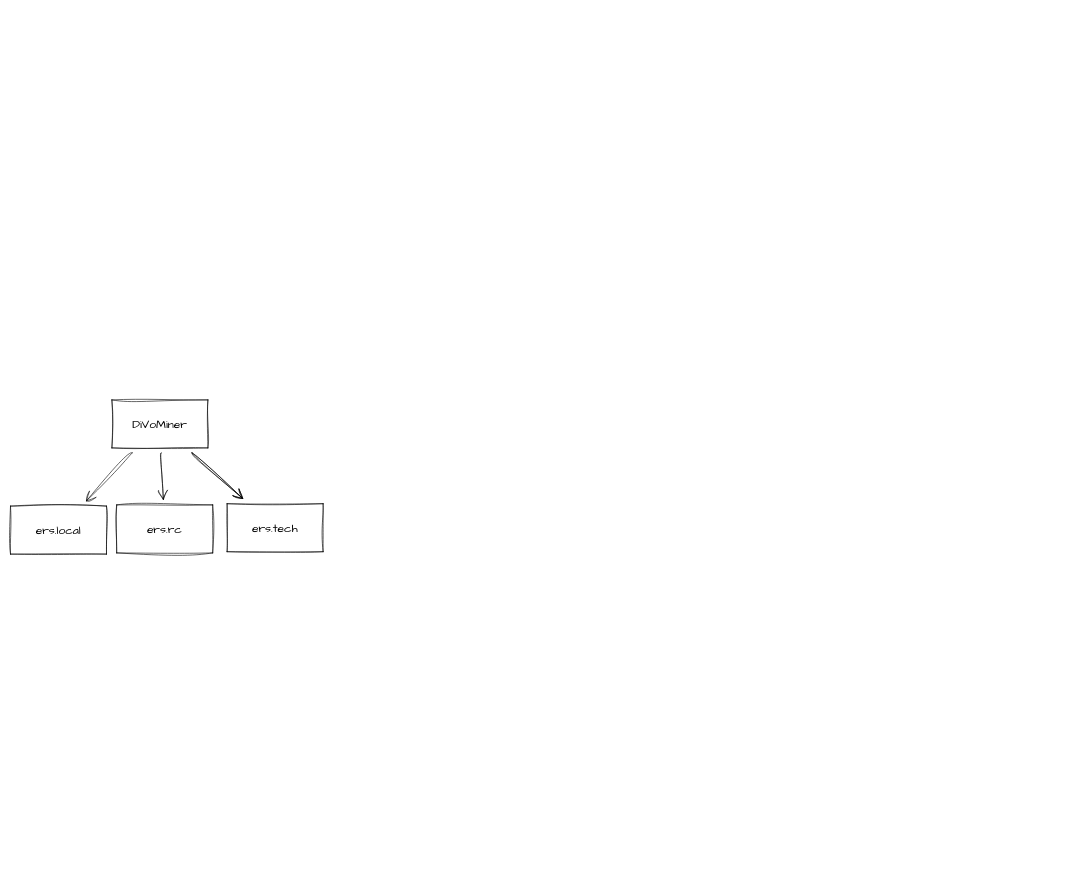
YaoKaiPeng/z-my-draw.io keeps this draw.io diagram as draw/DiVoMiner結構.drawio. Above is the earlier version. Source tidied: cells renumbered, new cells numbered last; positions are measured from the earlier drawing's top-left corner, leaving out a move shared by most shapes. Both pictures are drawn from the tidied source at 60%, with x=0, y=0 at pixel (10, 400).
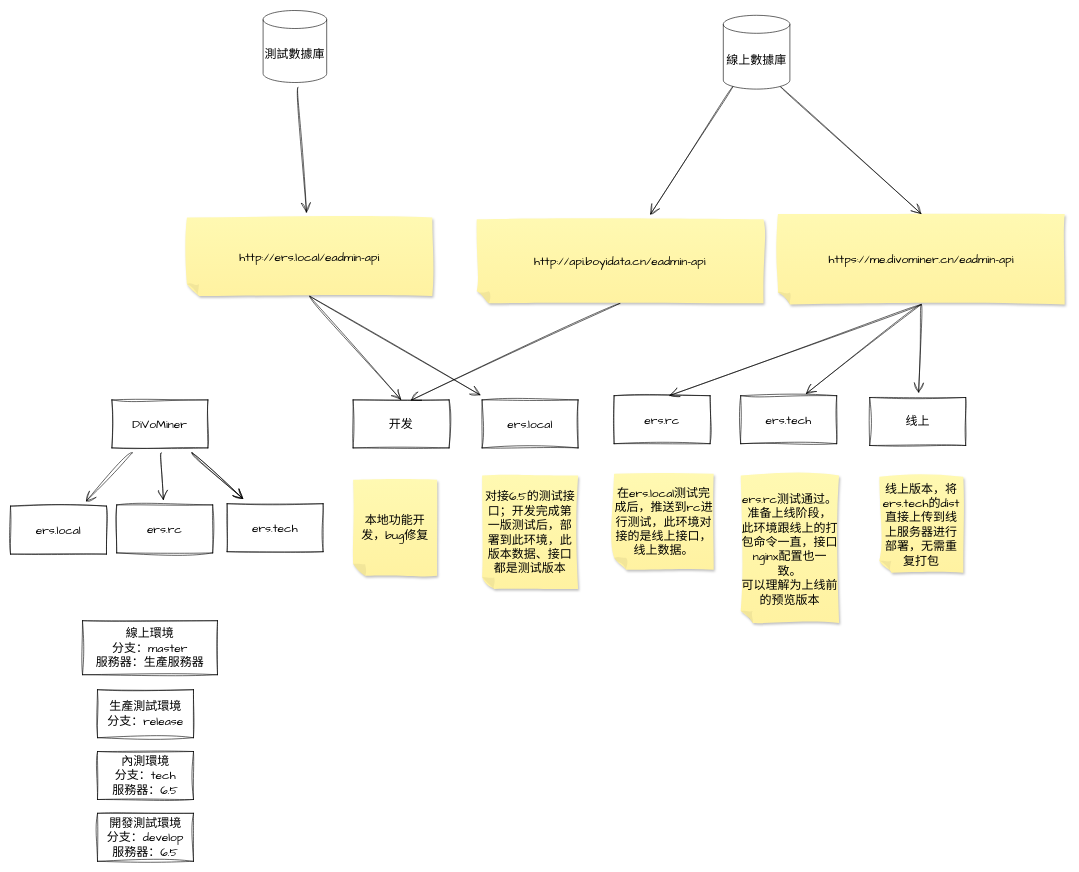
Above is the later version.

Change to the diagram source:
```diff
@@
+    <mxCell id="10" value="線上環境&lt;br&gt;分支：master&lt;br&gt;服務器：生產服務器" style="rounded=0;whiteSpace=wrap;html=1;sketch=1;hachureGap=4;jiggle=2;curveFitting=1;fontFamily=Architects Daughter;fontSize=20;" parent="1" vertex="1">
+      <mxGeometry x="120" y="368" width="225" height="90" as="geometry" />
+    </mxCell>
+    <mxCell id="11" value="內測環境&lt;br&gt;分支：tech&lt;br&gt;服務器：6.5" style="rounded=0;whiteSpace=wrap;html=1;sketch=1;hachureGap=4;jiggle=2;curveFitting=1;fontFamily=Architects Daughter;fontSize=20;" parent="1" vertex="1">
+      <mxGeometry x="145" y="586" width="160" height="80" as="geometry" />
+    </mxCell>
+    <mxCell id="12" value="生產測試環境&lt;br&gt;分支：release" style="rounded=0;whiteSpace=wrap;html=1;sketch=1;hachureGap=4;jiggle=2;curveFitting=1;fontFamily=Architects Daughter;fontSize=20;" parent="1" vertex="1">
+      <mxGeometry x="145" y="483" width="160" height="80" as="geometry" />
+    </mxCell>
+    <mxCell id="13" value="ers.local" style="rounded=0;whiteSpace=wrap;html=1;sketch=1;hachureGap=4;jiggle=2;curveFitting=1;fontFamily=Architects Daughter;fontSize=20;" parent="1" vertex="1">
+      <mxGeometry x="786" width="160" height="80" as="geometry" />
+    </mxCell>
+    <mxCell id="14" value="ers.rc" style="rounded=0;whiteSpace=wrap;html=1;sketch=1;hachureGap=4;jiggle=2;curveFitting=1;fontFamily=Architects Daughter;fontSize=20;" parent="1" vertex="1">
+      <mxGeometry x="1006" y="-7" width="160" height="80" as="geometry" />
+    </mxCell>
+    <mxCell id="15" value="ers.tech" style="rounded=0;whiteSpace=wrap;html=1;sketch=1;hachureGap=4;jiggle=2;curveFitting=1;fontFamily=Architects Daughter;fontSize=20;" parent="1" vertex="1">
+      <mxGeometry x="1217" y="-7" width="160" height="80" as="geometry" />
+    </mxCell>
+    <mxCell id="16" value="线上" style="rounded=0;whiteSpace=wrap;html=1;sketch=1;hachureGap=4;jiggle=2;curveFitting=1;fontFamily=Architects Daughter;fontSize=20;" parent="1" vertex="1">
+      <mxGeometry x="1432" y="-4" width="160" height="80" as="geometry" />
+    </mxCell>
+    <mxCell id="17" value="开发" style="rounded=0;whiteSpace=wrap;html=1;sketch=1;hachureGap=4;jiggle=2;curveFitting=1;fontFamily=Architects Daughter;fontSize=20;" parent="1" vertex="1">
+      <mxGeometry x="571" width="160" height="80" as="geometry" />
+    </mxCell>
+    <mxCell id="18" value="本地功能开发，bug修复" style="shape=note;whiteSpace=wrap;html=1;backgroundOutline=1;fontColor=#000000;darkOpacity=0.05;fillColor=#FFF9B2;strokeColor=none;fillStyle=solid;direction=west;gradientDirection=north;gradientColor=#FFF2A1;shadow=1;size=20;sketch=1;hachureGap=4;jiggle=2;curveFitting=1;fontFamily=Architects Daughter;fontSize=20;" parent="1" vertex="1">
+      <mxGeometry x="571" y="133" width="140" height="160" as="geometry" />
+    </mxCell>
+    <mxCell id="19" value="对接6.5的测试接口；开发完成第一版测试后，部署到此环境，此版本数据、接口都是测试版本" style="shape=note;whiteSpace=wrap;html=1;backgroundOutline=1;fontColor=#000000;darkOpacity=0.05;fillColor=#FFF9B2;strokeColor=none;fillStyle=solid;direction=west;gradientDirection=north;gradientColor=#FFF2A1;shadow=1;size=20;sketch=1;hachureGap=4;jiggle=2;curveFitting=1;fontFamily=Architects Daughter;fontSize=20;" parent="1" vertex="1">
+      <mxGeometry x="786" y="126" width="160" height="189" as="geometry" />
+    </mxCell>
+    <mxCell id="20" value="在ers.local测试完成后，推送到rc进行测试，此环境对接的是线上接口，线上数据。" style="shape=note;whiteSpace=wrap;html=1;backgroundOutline=1;fontColor=#000000;darkOpacity=0.05;fillColor=#FFF9B2;strokeColor=none;fillStyle=solid;direction=west;gradientDirection=north;gradientColor=#FFF2A1;shadow=1;size=20;sketch=1;hachureGap=4;jiggle=2;curveFitting=1;fontFamily=Architects Daughter;fontSize=20;" parent="1" vertex="1">
+      <mxGeometry x="1006" y="123" width="166" height="160" as="geometry" />
+    </mxCell>
+    <mxCell id="21" value="ers.rc测试通过。准备上线阶段，&lt;br&gt;此环境跟线上的打包命令一直，接口nginx配置也一致。&lt;br&gt;可以理解为上线前的预览版本" style="shape=note;whiteSpace=wrap;html=1;backgroundOutline=1;fontColor=#000000;darkOpacity=0.05;fillColor=#FFF9B2;strokeColor=none;fillStyle=solid;direction=west;gradientDirection=north;gradientColor=#FFF2A1;shadow=1;size=20;sketch=1;hachureGap=4;jiggle=2;curveFitting=1;fontFamily=Architects Daughter;fontSize=20;" parent="1" vertex="1">
+      <mxGeometry x="1217" y="126" width="164" height="246" as="geometry" />
+    </mxCell>
+    <mxCell id="22" value="线上版本，将ers.tech的dist直接上传到线上服务器进行部署，无需重复打包" style="shape=note;whiteSpace=wrap;html=1;backgroundOutline=1;fontColor=#000000;darkOpacity=0.05;fillColor=#FFF9B2;strokeColor=none;fillStyle=solid;direction=west;gradientDirection=north;gradientColor=#FFF2A1;shadow=1;size=20;sketch=1;hachureGap=4;jiggle=2;curveFitting=1;fontFamily=Architects Daughter;fontSize=20;" parent="1" vertex="1">
+      <mxGeometry x="1448" y="128" width="140" height="160" as="geometry" />
+    </mxCell>
+    <mxCell id="23" style="edgeStyle=none;curved=1;rounded=0;sketch=1;hachureGap=4;jiggle=2;curveFitting=1;jettySize=auto;html=1;exitX=0.5;exitY=0;exitDx=0;exitDy=0;exitPerimeter=0;entryX=0.602;entryY=0.008;entryDx=0;entryDy=0;entryPerimeter=0;fontFamily=Architects Daughter;fontSize=16;endArrow=open;startSize=14;endSize=14;sourcePerimeterSpacing=8;targetPerimeterSpacing=8;" parent="1" edge="1" source="24" target="17">
+      <mxGeometry relative="1" as="geometry" />
+    </mxCell>
+    <mxCell id="24" value="http://api.boyidata.cn/eadmin-api" style="shape=note;whiteSpace=wrap;html=1;backgroundOutline=1;fontColor=#000000;darkOpacity=0.05;fillColor=#FFF9B2;strokeColor=none;fillStyle=solid;direction=west;gradientDirection=north;gradientColor=#FFF2A1;shadow=1;size=20;sketch=1;hachureGap=4;jiggle=2;curveFitting=1;fontFamily=Architects Daughter;fontSize=20;" parent="1" vertex="1">
+      <mxGeometry x="777" y="-301" width="478" height="140" as="geometry" />
+    </mxCell>
+    <mxCell id="25" style="edgeStyle=none;curved=1;rounded=0;sketch=1;hachureGap=4;jiggle=2;curveFitting=1;jettySize=auto;html=1;exitX=0.5;exitY=0;exitDx=0;exitDy=0;exitPerimeter=0;fontFamily=Architects Daughter;fontSize=16;endArrow=open;startSize=14;endSize=14;sourcePerimeterSpacing=8;targetPerimeterSpacing=8;" parent="1" edge="1" source="28" target="16">
+      <mxGeometry relative="1" as="geometry" />
+    </mxCell>
+    <mxCell id="26" style="edgeStyle=none;curved=1;rounded=0;sketch=1;hachureGap=4;jiggle=2;curveFitting=1;jettySize=auto;html=1;exitX=0.5;exitY=0;exitDx=0;exitDy=0;exitPerimeter=0;entryX=0.68;entryY=-0.039;entryDx=0;entryDy=0;entryPerimeter=0;fontFamily=Architects Daughter;fontSize=16;endArrow=open;startSize=14;endSize=14;sourcePerimeterSpacing=8;targetPerimeterSpacing=8;" parent="1" edge="1" source="28" target="15">
+      <mxGeometry relative="1" as="geometry" />
+    </mxCell>
+    <mxCell id="27" style="edgeStyle=none;curved=1;rounded=0;sketch=1;hachureGap=4;jiggle=2;curveFitting=1;jettySize=auto;html=1;exitX=0.5;exitY=0;exitDx=0;exitDy=0;exitPerimeter=0;entryX=0.575;entryY=-0.001;entryDx=0;entryDy=0;entryPerimeter=0;fontFamily=Architects Daughter;fontSize=16;endArrow=open;startSize=14;endSize=14;sourcePerimeterSpacing=8;targetPerimeterSpacing=8;" parent="1" edge="1" source="28" target="14">
+      <mxGeometry relative="1" as="geometry" />
+    </mxCell>
+    <mxCell id="28" value="https://me.divominer.cn/eadmin-api" style="shape=note;whiteSpace=wrap;html=1;backgroundOutline=1;fontColor=#000000;darkOpacity=0.05;fillColor=#FFF9B2;strokeColor=none;fillStyle=solid;direction=west;gradientDirection=north;gradientColor=#FFF2A1;shadow=1;size=20;sketch=1;hachureGap=4;jiggle=2;curveFitting=1;fontFamily=Architects Daughter;fontSize=20;" parent="1" vertex="1">
+      <mxGeometry x="1279" y="-310" width="478" height="151" as="geometry" />
+    </mxCell>
+    <mxCell id="29" style="edgeStyle=none;curved=1;rounded=0;sketch=1;hachureGap=4;jiggle=2;curveFitting=1;jettySize=auto;html=1;exitX=0.5;exitY=0;exitDx=0;exitDy=0;exitPerimeter=0;fontFamily=Architects Daughter;fontSize=16;endArrow=open;startSize=14;endSize=14;sourcePerimeterSpacing=8;targetPerimeterSpacing=8;" parent="1" edge="1" source="31" target="13">
+      <mxGeometry relative="1" as="geometry" />
+    </mxCell>
+    <mxCell id="30" style="edgeStyle=none;shape=connector;curved=1;rounded=0;sketch=1;hachureGap=4;jiggle=2;curveFitting=1;jettySize=auto;html=1;exitX=0.5;exitY=0;exitDx=0;exitDy=0;exitPerimeter=0;entryX=0.5;entryY=0;entryDx=0;entryDy=0;labelBackgroundColor=default;strokeColor=default;fontFamily=Architects Daughter;fontSize=16;fontColor=default;endArrow=open;startSize=14;endSize=14;sourcePerimeterSpacing=8;targetPerimeterSpacing=8;" parent="1" edge="1" source="31" target="17">
+      <mxGeometry relative="1" as="geometry" />
+    </mxCell>
+    <mxCell id="31" value="http://ers.local/eadmin-api" style="shape=note;whiteSpace=wrap;html=1;backgroundOutline=1;fontColor=#000000;darkOpacity=0.05;fillColor=#FFF9B2;strokeColor=none;fillStyle=solid;direction=west;gradientDirection=north;gradientColor=#FFF2A1;shadow=1;size=20;sketch=1;hachureGap=4;jiggle=2;curveFitting=1;fontFamily=Architects Daughter;fontSize=20;" parent="1" vertex="1">
+      <mxGeometry x="294" y="-304" width="409" height="131" as="geometry" />
+    </mxCell>
+    <mxCell id="32" style="edgeStyle=none;curved=1;rounded=0;sketch=1;hachureGap=4;jiggle=2;curveFitting=1;jettySize=auto;html=1;exitX=0.145;exitY=1;exitDx=0;exitDy=-4.35;fontFamily=Architects Daughter;fontSize=16;endArrow=open;startSize=14;endSize=14;sourcePerimeterSpacing=8;targetPerimeterSpacing=8;exitPerimeter=0;" parent="1" edge="1" source="35" target="24">
+      <mxGeometry relative="1" as="geometry" />
+    </mxCell>
+    <mxCell id="33" style="edgeStyle=none;curved=1;rounded=0;sketch=1;hachureGap=4;jiggle=2;curveFitting=1;jettySize=auto;html=1;entryX=0.5;entryY=1;entryDx=0;entryDy=0;entryPerimeter=0;fontFamily=Architects Daughter;fontSize=16;endArrow=open;startSize=14;endSize=14;sourcePerimeterSpacing=8;targetPerimeterSpacing=8;exitX=0.855;exitY=1;exitDx=0;exitDy=-4.35;exitPerimeter=0;" parent="1" edge="1" source="35" target="28">
+      <mxGeometry relative="1" as="geometry" />
+    </mxCell>
+    <mxCell id="34" style="edgeStyle=none;curved=1;rounded=0;sketch=1;hachureGap=4;jiggle=2;curveFitting=1;jettySize=auto;html=1;fontFamily=Architects Daughter;fontSize=16;endArrow=open;startSize=14;endSize=14;sourcePerimeterSpacing=8;targetPerimeterSpacing=8;" parent="1" edge="1" source="36" target="31">
+      <mxGeometry relative="1" as="geometry" />
+    </mxCell>
+    <mxCell id="35" value="&lt;span style=&quot;font-family: &amp;quot;Architects Daughter&amp;quot;; font-size: 20px;&quot;&gt;線上數據庫&lt;/span&gt;" style="shape=cylinder3;whiteSpace=wrap;html=1;boundedLbl=1;backgroundOutline=1;size=15;" parent="1" vertex="1">
+      <mxGeometry x="1188" y="-641" width="111" height="123" as="geometry" />
+    </mxCell>
+    <mxCell id="36" value="&lt;span style=&quot;font-family: &amp;quot;Architects Daughter&amp;quot;; font-size: 20px;&quot;&gt;測試數據庫&lt;/span&gt;" style="shape=cylinder3;whiteSpace=wrap;html=1;boundedLbl=1;backgroundOutline=1;size=15;" parent="1" vertex="1">
+      <mxGeometry x="421" y="-649" width="106" height="120" as="geometry" />
+    </mxCell>
+    <mxCell id="37" value="開發測試環境&lt;br&gt;分支：develop&lt;br&gt;服務器：6.5" style="rounded=0;whiteSpace=wrap;html=1;sketch=1;hachureGap=4;jiggle=2;curveFitting=1;fontFamily=Architects Daughter;fontSize=20;" parent="1" vertex="1">
+      <mxGeometry x="145" y="689" width="160" height="80" as="geometry" />
+    </mxCell>
```
